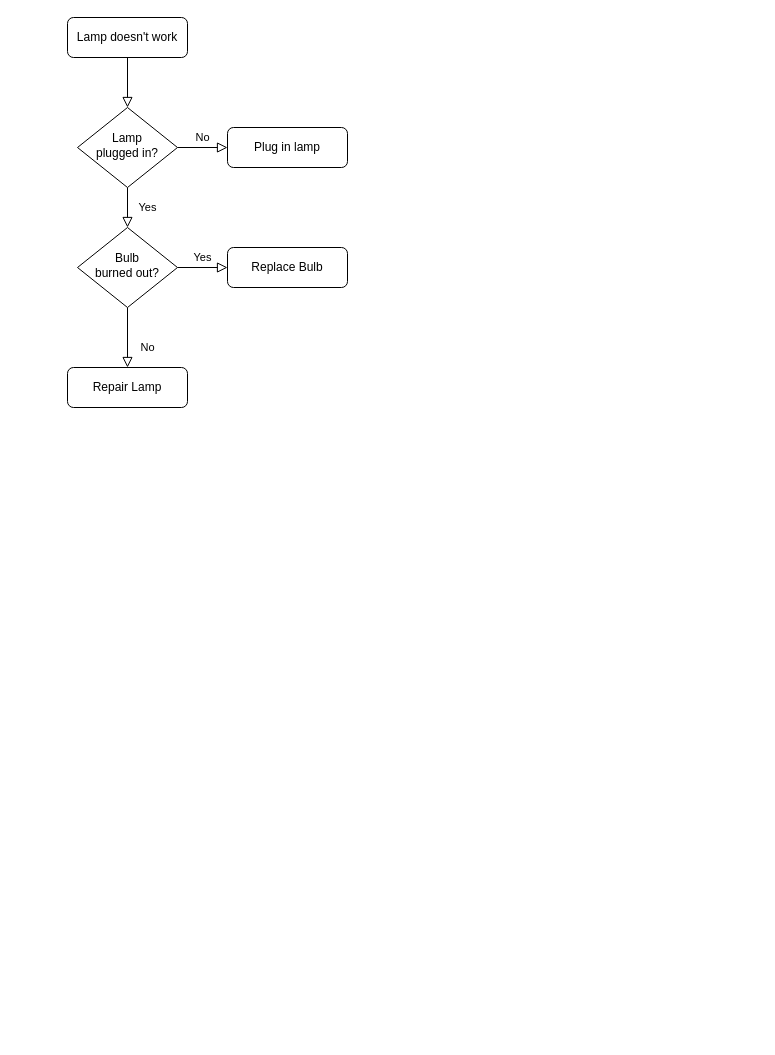
Before: Untitled Diagram.drawio in bleedfish/hello-world, a draw.io diagram. Source tidied: cells renumbered, new cells numbered last; positions are measured from the earlier drawing's top-left corner, leaving out a move shared by most shapes. Both pictures are drawn from the tidied source at 100%, with x=0, y=0 at pixel (67, 17).
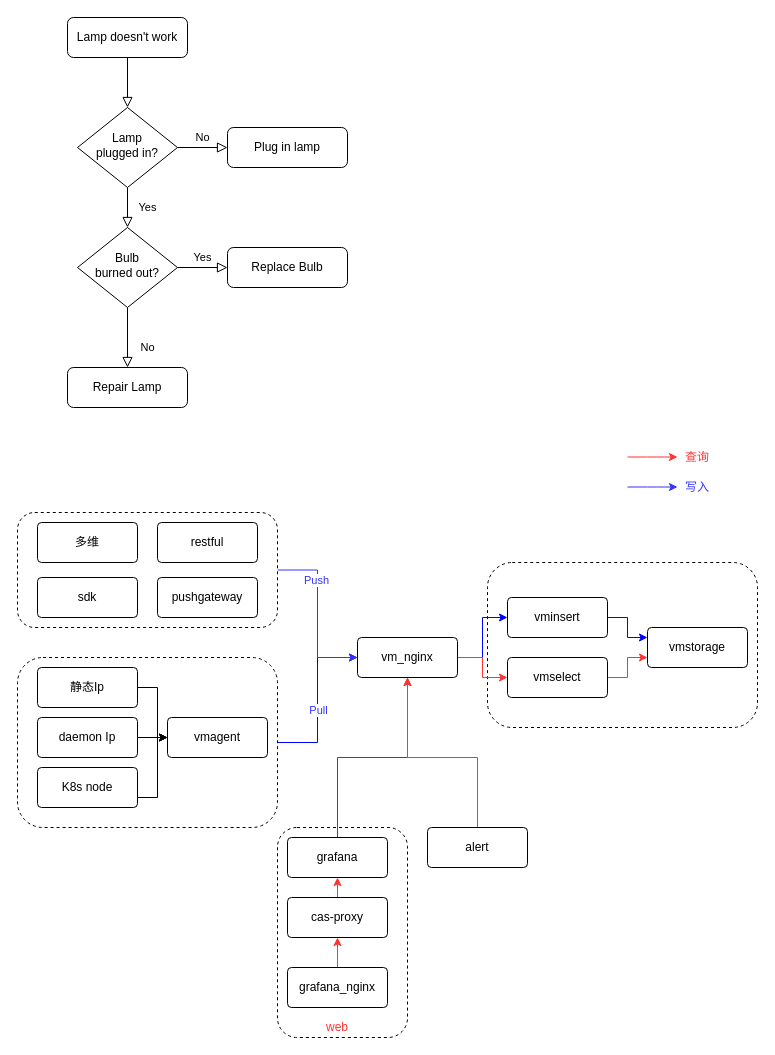
The same diagram, later.

Diff of the diagram source:
```diff
@@
+    <mxCell id="13" style="rounded=1;whiteSpace=wrap;html=1;dashed=1;fontColor=#3333FF;" parent="1" vertex="1">
+      <mxGeometry x="210" y="810" width="130" height="210" as="geometry" />
+    </mxCell>
+    <mxCell id="14" style="rounded=1;whiteSpace=wrap;html=1;dashed=1;" parent="1" vertex="1">
+      <mxGeometry x="420" y="545" width="270" height="165" as="geometry" />
+    </mxCell>
+    <mxCell id="15" style="edgeStyle=orthogonalEdgeStyle;rounded=0;jettySize=auto;html=1;exitX=1;exitY=0.5;exitDx=0;exitDy=0;entryX=0;entryY=0.5;entryDx=0;entryDy=0;strokeColor=#0000FF;" parent="1" edge="1" source="17" target="34">
+      <mxGeometry relative="1" as="geometry" />
+    </mxCell>
+    <mxCell id="16" value="Pull" style="edgeLabel;html=1;align=center;verticalAlign=middle;fontColor=#3333FF;" parent="15" vertex="1">
+      <mxGeometry x="-0.12" relative="1" as="geometry" />
+    </mxCell>
+    <mxCell id="17" style="rounded=1;whiteSpace=wrap;html=1;dashed=1;" parent="1" vertex="1">
+      <mxGeometry x="-50" y="640" width="260" height="170" as="geometry" />
+    </mxCell>
+    <mxCell id="18" style="edgeStyle=orthogonalEdgeStyle;rounded=0;jettySize=auto;html=1;exitX=1;exitY=0.5;exitDx=0;exitDy=0;entryX=0;entryY=0.5;entryDx=0;entryDy=0;strokeColor=#3333FF;" parent="1" edge="1" source="20" target="34">
+      <mxGeometry relative="1" as="geometry" />
+    </mxCell>
+    <mxCell id="19" value="Push" style="edgeLabel;html=1;align=center;verticalAlign=middle;fontColor=#3333FF;" parent="18" vertex="1">
+      <mxGeometry x="-0.4" y="-2" relative="1" as="geometry" />
+    </mxCell>
+    <mxCell id="20" style="rounded=1;whiteSpace=wrap;html=1;dashed=1;" parent="1" vertex="1">
+      <mxGeometry x="-50" y="495" width="260" height="115" as="geometry" />
+    </mxCell>
@@
+    <mxCell id="21" value="restful" style="rounded=1;arcSize=10;whiteSpace=wrap;html=1;align=center;" parent="1" vertex="1">
+      <mxGeometry x="90" y="505" width="100" height="40" as="geometry" />
+    </mxCell>
+    <mxCell id="22" value="pushgateway" style="rounded=1;arcSize=10;whiteSpace=wrap;html=1;align=center;" parent="1" vertex="1">
+      <mxGeometry x="90" y="560" width="100" height="40" as="geometry" />
+    </mxCell>
+    <mxCell id="23" value="vmagent" style="rounded=1;arcSize=10;whiteSpace=wrap;html=1;align=center;" parent="1" vertex="1">
+      <mxGeometry x="100" y="700" width="100" height="40" as="geometry" />
+    </mxCell>
+    <mxCell id="24" value="sdk" style="rounded=1;arcSize=10;whiteSpace=wrap;html=1;align=center;" parent="1" vertex="1">
+      <mxGeometry x="-30" y="560" width="100" height="40" as="geometry" />
+    </mxCell>
+    <mxCell id="25" value="多维" style="rounded=1;arcSize=10;whiteSpace=wrap;html=1;align=center;" parent="1" vertex="1">
+      <mxGeometry x="-30" y="505" width="100" height="40" as="geometry" />
+    </mxCell>
+    <mxCell id="26" style="edgeStyle=orthogonalEdgeStyle;rounded=0;jettySize=auto;html=1;exitX=1;exitY=0.5;exitDx=0;exitDy=0;entryX=0;entryY=0.5;entryDx=0;entryDy=0;" parent="1" edge="1" source="27" target="23">
+      <mxGeometry relative="1" as="geometry">
+        <Array as="points">
+          <mxPoint x="90" y="670" />
+          <mxPoint x="90" y="720" />
+        </Array>
+      </mxGeometry>
+    </mxCell>
+    <mxCell id="27" value="静态Ip" style="rounded=1;arcSize=10;whiteSpace=wrap;html=1;align=center;" parent="1" vertex="1">
+      <mxGeometry x="-30" y="650" width="100" height="40" as="geometry" />
+    </mxCell>
+    <mxCell id="28" style="edgeStyle=orthogonalEdgeStyle;rounded=0;jettySize=auto;html=1;exitX=1;exitY=0.5;exitDx=0;exitDy=0;" parent="1" edge="1" source="29">
+      <mxGeometry relative="1" as="geometry">
+        <mxPoint x="100" y="720" as="targetPoint" />
+      </mxGeometry>
+    </mxCell>
+    <mxCell id="29" value="daemon Ip" style="rounded=1;arcSize=10;whiteSpace=wrap;html=1;align=center;" parent="1" vertex="1">
+      <mxGeometry x="-30" y="700" width="100" height="40" as="geometry" />
+    </mxCell>
+    <mxCell id="30" style="edgeStyle=orthogonalEdgeStyle;rounded=0;jettySize=auto;html=1;exitX=1;exitY=0.5;exitDx=0;exitDy=0;entryX=0;entryY=0.5;entryDx=0;entryDy=0;" parent="1" edge="1" source="31" target="23">
+      <mxGeometry relative="1" as="geometry">
+        <Array as="points">
+          <mxPoint x="90" y="780" />
+          <mxPoint x="90" y="720" />
+        </Array>
+      </mxGeometry>
+    </mxCell>
+    <mxCell id="31" value="K8s node" style="rounded=1;arcSize=10;whiteSpace=wrap;html=1;align=center;" parent="1" vertex="1">
+      <mxGeometry x="-30" y="750" width="100" height="40" as="geometry" />
+    </mxCell>
+    <mxCell id="32" style="edgeStyle=orthogonalEdgeStyle;rounded=0;jettySize=auto;html=1;exitX=1;exitY=0.5;exitDx=0;exitDy=0;strokeColor=#0000FF;" parent="1" edge="1" source="34" target="36">
+      <mxGeometry relative="1" as="geometry" />
+    </mxCell>
+    <mxCell id="33" style="edgeStyle=orthogonalEdgeStyle;rounded=0;jettySize=auto;html=1;exitX=1;exitY=0.5;exitDx=0;exitDy=0;strokeColor=#FF3333;" parent="1" edge="1" source="34" target="39">
+      <mxGeometry relative="1" as="geometry" />
+    </mxCell>
+    <mxCell id="34" value="vm_nginx" style="rounded=1;arcSize=10;whiteSpace=wrap;html=1;align=center;" parent="1" vertex="1">
+      <mxGeometry x="290" y="620" width="100" height="40" as="geometry" />
+    </mxCell>
+    <mxCell id="35" style="edgeStyle=orthogonalEdgeStyle;rounded=0;jettySize=auto;html=1;exitX=1;exitY=0.5;exitDx=0;exitDy=0;entryX=0;entryY=0.25;entryDx=0;entryDy=0;strokeColor=#0000FF;" parent="1" edge="1" source="36" target="37">
+      <mxGeometry relative="1" as="geometry" />
+    </mxCell>
+    <mxCell id="36" value="vminsert" style="rounded=1;arcSize=10;whiteSpace=wrap;html=1;align=center;" parent="1" vertex="1">
+      <mxGeometry x="440" y="580" width="100" height="40" as="geometry" />
+    </mxCell>
+    <mxCell id="37" value="vmstorage" style="rounded=1;arcSize=10;whiteSpace=wrap;html=1;align=center;" parent="1" vertex="1">
+      <mxGeometry x="580" y="610" width="100" height="40" as="geometry" />
+    </mxCell>
+    <mxCell id="38" style="edgeStyle=orthogonalEdgeStyle;rounded=0;jettySize=auto;html=1;exitX=1;exitY=0.5;exitDx=0;exitDy=0;strokeColor=#FF3333;" parent="1" edge="1" source="39" target="37">
+      <mxGeometry relative="1" as="geometry">
+        <Array as="points">
+          <mxPoint x="560" y="660" />
+          <mxPoint x="560" y="640" />
+        </Array>
+      </mxGeometry>
+    </mxCell>
+    <mxCell id="39" value="vmselect" style="rounded=1;arcSize=10;whiteSpace=wrap;html=1;align=center;" parent="1" vertex="1">
+      <mxGeometry x="440" y="640" width="100" height="40" as="geometry" />
+    </mxCell>
+    <mxCell id="40" style="edgeStyle=orthogonalEdgeStyle;rounded=0;jettySize=auto;html=1;exitX=0.5;exitY=0;exitDx=0;exitDy=0;entryX=0.5;entryY=1;entryDx=0;entryDy=0;strokeColor=#FF3333;" parent="1" edge="1" source="41" target="45">
+      <mxGeometry relative="1" as="geometry" />
+    </mxCell>
+    <mxCell id="41" value="cas-proxy" style="rounded=1;arcSize=10;whiteSpace=wrap;html=1;align=center;" parent="1" vertex="1">
+      <mxGeometry x="220" y="880" width="100" height="40" as="geometry" />
+    </mxCell>
+    <mxCell id="42" style="edgeStyle=orthogonalEdgeStyle;rounded=0;jettySize=auto;html=1;exitX=0.5;exitY=0;exitDx=0;exitDy=0;entryX=0.5;entryY=1;entryDx=0;entryDy=0;strokeColor=#FF3333;" parent="1" edge="1" source="43" target="41">
+      <mxGeometry relative="1" as="geometry" />
+    </mxCell>
+    <mxCell id="43" value="grafana_nginx" style="rounded=1;arcSize=10;whiteSpace=wrap;html=1;align=center;" parent="1" vertex="1">
+      <mxGeometry x="220" y="950" width="100" height="40" as="geometry" />
+    </mxCell>
+    <mxCell id="44" style="edgeStyle=orthogonalEdgeStyle;rounded=0;jettySize=auto;html=1;exitX=0.5;exitY=0;exitDx=0;exitDy=0;entryX=0.5;entryY=1;entryDx=0;entryDy=0;strokeColor=#FF0000;" parent="1" edge="1" source="45" target="34">
+      <mxGeometry relative="1" as="geometry" />
+    </mxCell>
+    <mxCell id="45" value="grafana" style="rounded=1;arcSize=10;whiteSpace=wrap;html=1;align=center;" parent="1" vertex="1">
+      <mxGeometry x="220" y="820" width="100" height="40" as="geometry" />
+    </mxCell>
+    <mxCell id="46" style="endArrow=classic;html=1;fontColor=#3333FF;strokeColor=#FF3333;" parent="1" edge="1">
+      <mxGeometry relative="1" as="geometry">
+        <mxPoint x="560" y="439.5" as="sourcePoint" />
+        <mxPoint x="610" y="439.5" as="targetPoint" />
+        <Array as="points">
+          <mxPoint x="590" y="439.5" />
+        </Array>
+      </mxGeometry>
+    </mxCell>
+    <mxCell id="47" value="查询" style="text;html=1;strokeColor=none;fillColor=none;align=center;verticalAlign=middle;whiteSpace=wrap;rounded=0;dashed=1;fontColor=#FF3333;" parent="1" vertex="1">
+      <mxGeometry x="610" y="430" width="40" height="20" as="geometry" />
+    </mxCell>
+    <mxCell id="48" style="endArrow=classic;html=1;fontColor=#3333FF;strokeColor=#3333FF;" parent="1" edge="1">
+      <mxGeometry relative="1" as="geometry">
+        <mxPoint x="560" y="469.5" as="sourcePoint" />
+        <mxPoint x="610" y="469.5" as="targetPoint" />
+        <Array as="points">
+          <mxPoint x="590" y="469.5" />
+        </Array>
+      </mxGeometry>
+    </mxCell>
+    <mxCell id="49" value="写入" style="text;html=1;strokeColor=none;fillColor=none;align=center;verticalAlign=middle;whiteSpace=wrap;rounded=0;dashed=1;fontColor=#3333FF;" parent="1" vertex="1">
+      <mxGeometry x="610" y="460" width="40" height="20" as="geometry" />
+    </mxCell>
+    <mxCell id="50" style="edgeStyle=orthogonalEdgeStyle;rounded=0;jettySize=auto;html=1;exitX=0.5;exitY=0;exitDx=0;exitDy=0;entryX=0.5;entryY=1;entryDx=0;entryDy=0;fontColor=#FF3333;strokeColor=#FF3333;" parent="1" edge="1" source="51" target="34">
+      <mxGeometry relative="1" as="geometry">
+        <Array as="points">
+          <mxPoint x="410" y="740" />
+          <mxPoint x="340" y="740" />
+        </Array>
+      </mxGeometry>
+    </mxCell>
+    <mxCell id="51" value="alert" style="rounded=1;arcSize=10;whiteSpace=wrap;html=1;align=center;" parent="1" vertex="1">
+      <mxGeometry x="360" y="810" width="100" height="40" as="geometry" />
+    </mxCell>
+    <mxCell id="52" value="web" style="text;html=1;strokeColor=none;fillColor=none;align=center;verticalAlign=middle;whiteSpace=wrap;rounded=0;dashed=1;fontColor=#FF3333;" parent="1" vertex="1">
+      <mxGeometry x="250" y="1000" width="40" height="20" as="geometry" />
+    </mxCell>
```
